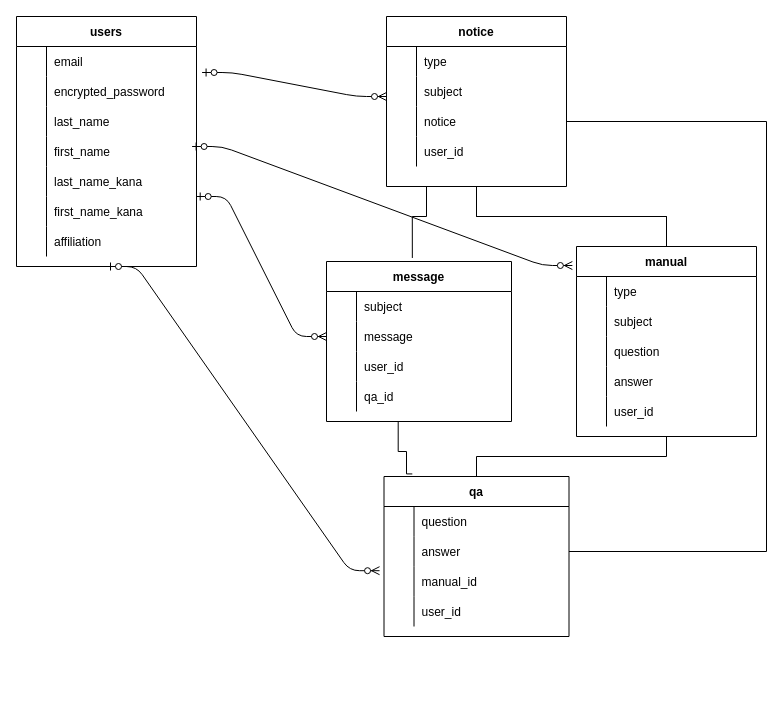
Before: test.dio in yohikazu-shibuya/share_works, a draw.io diagram. Source tidied: cells renumbered, new cells numbered last; positions are measured from the earlier drawing's top-left corner, leaving out a move shared by most shapes. Both pictures are drawn from the tidied source at 100%, with x=0, y=0 at pixel (16, 16).
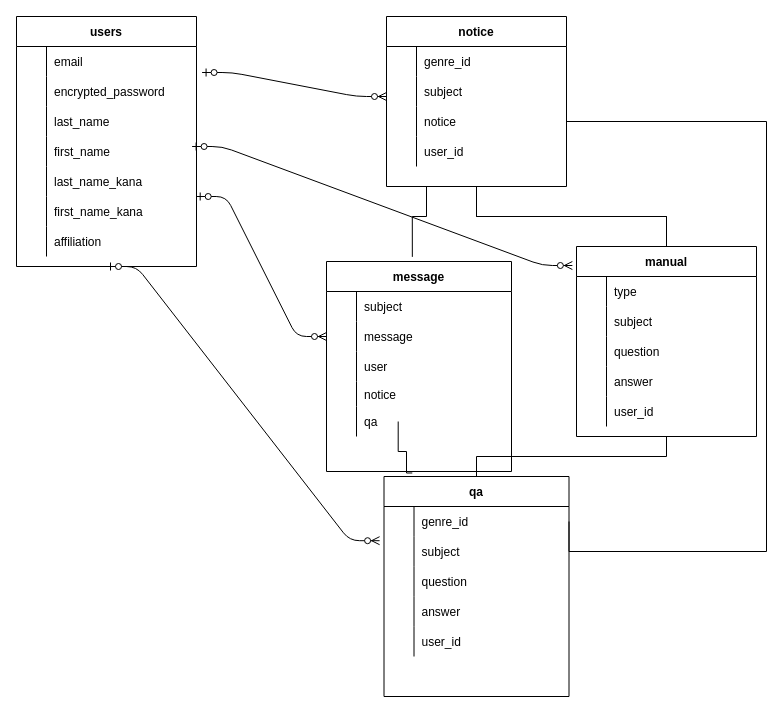
The same page after the edit.

Unchanged cells that the change refers to:
```xml
<mxCell id="2" value="users" style="shape=table;startSize=30;childLayout=tableLayout;rowLines=0;fontStyle=1;align=center;fillColor=none;" parent="1" vertex="1">
  <mxGeometry width="180" height="250" as="geometry" />
</mxCell>
<mxCell id="25" style="shape=partialRectangle;fillColor=none;top=0;left=0;bottom=0;right=0;" parent="24" vertex="1">
  <mxGeometry y="30" width="180" height="30" as="geometry" />
</mxCell>
<mxCell id="31" style="shape=partialRectangle;fillColor=none;top=0;left=0;bottom=0;right=0;points=[[0,0.5],[1,0.5]];portConstraint=eastwest;" parent="24" vertex="1">
  <mxGeometry y="90" width="180" height="30" as="geometry" />
</mxCell>
<mxCell id="38" style="shape=partialRectangle;fillColor=none;top=0;left=0;bottom=0;right=0;" parent="37" vertex="1">
  <mxGeometry y="30" width="185" height="30" as="geometry" />
</mxCell>
<mxCell id="79" style="shape=partialRectangle;fillColor=none;top=0;left=0;bottom=0;right=0;" parent="72" vertex="1">
  <mxGeometry y="90" width="185" height="30" as="geometry" />
</mxCell>
```

Change to the diagram source:
```diff
@@
-    <mxCell id="27" value="type " style="shape=partialRectangle;fillColor=none;top=0;left=0;bottom=0;right=0;align=left;spacingLeft=6;overflow=hidden;" parent="25" vertex="1">
+    <mxCell id="27" value="genre_id" style="shape=partialRectangle;fillColor=none;top=0;left=0;bottom=0;right=0;align=left;spacingLeft=6;overflow=hidden;" parent="25" vertex="1">
       <mxGeometry x="30" width="150" height="30" as="geometry" />
     </mxCell>
@@
     <mxCell id="37" value="qa" style="shape=table;startSize=30;childLayout=tableLayout;rowLines=0;fontStyle=1;align=center;fillColor=none;" parent="1" vertex="1">
-      <mxGeometry x="367.5" y="460" width="185" height="160" as="geometry" />
+      <mxGeometry x="367.5" y="460" width="185" height="220" as="geometry" />
     </mxCell>
@@
-    <mxCell id="40" value="question" style="shape=partialRectangle;fillColor=none;top=0;left=0;bottom=0;right=0;align=left;spacingLeft=6;overflow=hidden;" parent="38" vertex="1">
+    <mxCell id="40" value="genre_id" style="shape=partialRectangle;fillColor=none;top=0;left=0;bottom=0;right=0;align=left;spacingLeft=6;overflow=hidden;" parent="38" vertex="1">
       <mxGeometry x="30" width="155" height="30" as="geometry" />
     </mxCell>
-    <mxCell id="41" style="shape=partialRectangle;fillColor=none;top=0;left=0;bottom=0;right=0;points=[[0,0.5],[1,0.5]];portConstraint=eastwest;" parent="37" vertex="1">
-      <mxGeometry y="60" width="185" height="30" as="geometry" />
-    </mxCell>
-    <mxCell id="42" style="shape=partialRectangle;fillColor=none;top=0;left=0;bottom=0;right=0;overflow=hidden;" parent="41" vertex="1">
-      <mxGeometry width="30" height="30" as="geometry" />
-    </mxCell>
-    <mxCell id="43" value="answer" style="shape=partialRectangle;fillColor=none;top=0;left=0;bottom=0;right=0;align=left;spacingLeft=6;overflow=hidden;" parent="41" vertex="1">
-      <mxGeometry x="30" width="155" height="30" as="geometry" />
-    </mxCell>
     <mxCell id="44" style="shape=partialRectangle;fillColor=none;top=0;left=0;bottom=0;right=0;" parent="37" vertex="1">
-      <mxGeometry y="90" width="185" height="30" as="geometry" />
+      <mxGeometry y="60" width="185" height="30" as="geometry" />
     </mxCell>
@@
-    <mxCell id="46" value="manual_id" style="shape=partialRectangle;fillColor=none;top=0;left=0;bottom=0;right=0;align=left;spacingLeft=6;overflow=hidden;" parent="44" vertex="1">
+    <mxCell id="46" value="subject" style="shape=partialRectangle;fillColor=none;top=0;left=0;bottom=0;right=0;align=left;spacingLeft=6;overflow=hidden;" parent="44" vertex="1">
       <mxGeometry x="30" width="155" height="30" as="geometry" />
     </mxCell>
     <mxCell id="47" style="shape=partialRectangle;fillColor=none;top=0;left=0;bottom=0;right=0;" parent="37" vertex="1">
-      <mxGeometry y="120" width="185" height="30" as="geometry" />
+      <mxGeometry y="90" width="185" height="30" as="geometry" />
     </mxCell>
@@
-    <mxCell id="49" value="user_id" style="shape=partialRectangle;fillColor=none;top=0;left=0;bottom=0;right=0;align=left;spacingLeft=6;overflow=hidden;" parent="47" vertex="1">
+    <mxCell id="49" value="question" style="shape=partialRectangle;fillColor=none;top=0;left=0;bottom=0;right=0;align=left;spacingLeft=6;overflow=hidden;" parent="47" vertex="1">
       <mxGeometry x="30" width="155" height="30" as="geometry" />
     </mxCell>
+    <mxCell id="89" style="shape=partialRectangle;fillColor=none;top=0;left=0;bottom=0;right=0;" parent="37" vertex="1">
+      <mxGeometry y="120" width="185" height="30" as="geometry" />
+    </mxCell>
+    <mxCell id="90" style="shape=partialRectangle;fillColor=none;top=0;left=0;bottom=0;right=0;overflow=hidden;" parent="89" vertex="1">
+      <mxGeometry width="30" height="30" as="geometry" />
+    </mxCell>
+    <mxCell id="43" value="answer" style="shape=partialRectangle;fillColor=none;top=0;left=0;bottom=0;right=0;align=left;spacingLeft=6;overflow=hidden;" parent="89" vertex="1">
+      <mxGeometry x="30" width="155" height="30" as="geometry" />
+    </mxCell>
+    <mxCell id="91" style="shape=partialRectangle;fillColor=none;top=0;left=0;bottom=0;right=0;" parent="37" vertex="1">
+      <mxGeometry y="150" width="185" height="30" as="geometry" />
+    </mxCell>
+    <mxCell id="92" style="shape=partialRectangle;fillColor=none;top=0;left=0;bottom=0;right=0;overflow=hidden;" parent="91" vertex="1">
+      <mxGeometry width="30" height="30" as="geometry" />
+    </mxCell>
+    <mxCell id="93" value="user_id" style="shape=partialRectangle;fillColor=none;top=0;left=0;bottom=0;right=0;align=left;spacingLeft=6;overflow=hidden;" parent="91" vertex="1">
+      <mxGeometry x="30" width="155" height="30" as="geometry" />
+    </mxCell>
@@
-    <mxCell id="51" style="edgeStyle=entityRelationEdgeStyle;fontSize=12;html=1;endArrow=ERzeroToMany;startArrow=ERzeroToOne;exitX=0.5;exitY=1;exitDx=0;exitDy=0;entryX=-0.024;entryY=1.14;entryDx=0;entryDy=0;entryPerimeter=0;" parent="1" edge="1" source="2" target="41">
-      <mxGeometry relative="1" as="geometry" />
+    <mxCell id="51" style="edgeStyle=entityRelationEdgeStyle;fontSize=12;html=1;endArrow=ERzeroToMany;startArrow=ERzeroToOne;exitX=0.5;exitY=1;exitDx=0;exitDy=0;entryX=-0.024;entryY=1.14;entryDx=0;entryDy=0;entryPerimeter=0;" parent="1" edge="1" source="2">
+      <mxGeometry relative="1" as="geometry">
+        <mxPoint x="363.1" y="524.2" as="targetPoint" />
+      </mxGeometry>
     </mxCell>
@@
-    <mxCell id="71" style="edgeStyle=orthogonalEdgeStyle;rounded=0;jettySize=auto;html=1;exitX=1;exitY=0.5;exitDx=0;exitDy=0;entryX=1;entryY=0.5;entryDx=0;entryDy=0;endArrow=none;endFill=0;" parent="1" edge="1" source="41" target="31">
+    <mxCell id="71" style="edgeStyle=orthogonalEdgeStyle;rounded=0;jettySize=auto;html=1;exitX=1;exitY=0.5;exitDx=0;exitDy=0;entryX=1;entryY=0.5;entryDx=0;entryDy=0;endArrow=none;endFill=0;" parent="1" edge="1" target="31">
       <mxGeometry relative="1" as="geometry">
+        <mxPoint x="552.5" y="505" as="sourcePoint" />
         <Array as="points">
           <mxPoint x="750" y="535" />
           <mxPoint x="750" y="105" />
         </Array>
       </mxGeometry>
     </mxCell>
     <mxCell id="72" value="message" style="shape=table;startSize=30;childLayout=tableLayout;rowLines=0;fontStyle=1;align=center;fillColor=none;" parent="1" vertex="1">
-      <mxGeometry x="310" y="245" width="185" height="160" as="geometry" />
+      <mxGeometry x="310" y="245" width="185" height="210" as="geometry" />
     </mxCell>
@@
-    <mxCell id="81" value="user_id" style="shape=partialRectangle;fillColor=none;top=0;left=0;bottom=0;right=0;align=left;spacingLeft=6;overflow=hidden;" parent="79" vertex="1">
+    <mxCell id="81" value="user" style="shape=partialRectangle;fillColor=none;top=0;left=0;bottom=0;right=0;align=left;spacingLeft=6;overflow=hidden;" parent="79" vertex="1">
       <mxGeometry x="30" width="155" height="30" as="geometry" />
     </mxCell>
     <mxCell id="82" style="shape=partialRectangle;fillColor=none;top=0;left=0;bottom=0;right=0;" parent="72" vertex="1">
-      <mxGeometry y="120" width="185" height="30" as="geometry" />
+      <mxGeometry y="120" width="185" height="25" as="geometry" />
     </mxCell>
     <mxCell id="83" style="shape=partialRectangle;fillColor=none;top=0;left=0;bottom=0;right=0;overflow=hidden;" parent="82" vertex="1">
-      <mxGeometry width="30" height="30" as="geometry" />
+      <mxGeometry width="30" height="25" as="geometry" />
     </mxCell>
-    <mxCell id="84" value="qa_id" style="shape=partialRectangle;fillColor=none;top=0;left=0;bottom=0;right=0;align=left;spacingLeft=6;overflow=hidden;" parent="82" vertex="1">
-      <mxGeometry x="30" width="155" height="30" as="geometry" />
+    <mxCell id="84" value="notice" style="shape=partialRectangle;fillColor=none;top=0;left=0;bottom=0;right=0;align=left;spacingLeft=6;overflow=hidden;" parent="82" vertex="1">
+      <mxGeometry x="30" width="155" height="25" as="geometry" />
     </mxCell>
+    <mxCell id="94" style="shape=partialRectangle;fillColor=none;top=0;left=0;bottom=0;right=0;" parent="72" vertex="1">
+      <mxGeometry y="145" width="185" height="30" as="geometry" />
+    </mxCell>
+    <mxCell id="95" style="shape=partialRectangle;fillColor=none;top=0;left=0;bottom=0;right=0;overflow=hidden;" parent="94" vertex="1">
+      <mxGeometry width="30" height="30" as="geometry" />
+    </mxCell>
+    <mxCell id="96" value="qa" style="shape=partialRectangle;fillColor=none;top=0;left=0;bottom=0;right=0;align=left;spacingLeft=6;overflow=hidden;" parent="94" vertex="1">
+      <mxGeometry x="30" width="155" height="30" as="geometry" />
+    </mxCell>
```
